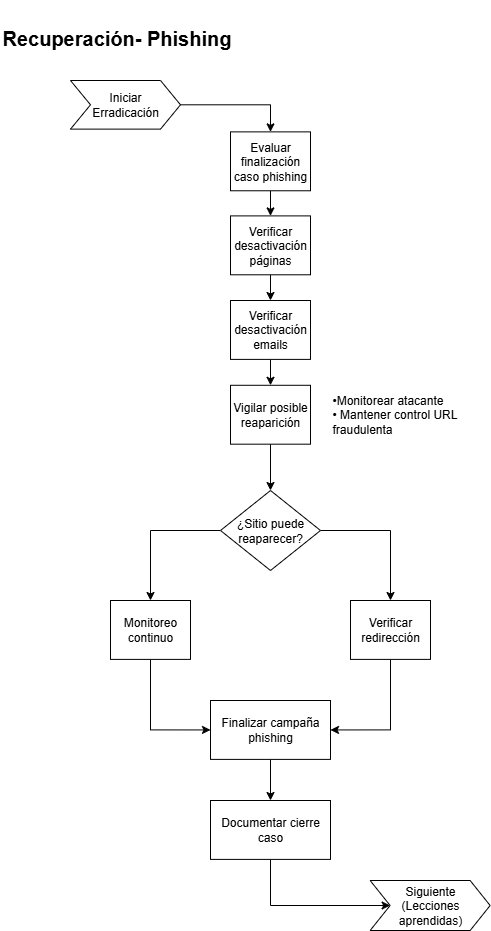
Earlier version of the draw.io export PRI_Phishing/Workflows/05-recuperacion.png (Ignacio-Ruiz/PLAYBOOKS-RI-ULAGOS). Source tidied: cells renumbered, new cells last; positions are measured from the earlier drawing's top-left corner, leaving out a move shared by most shapes.
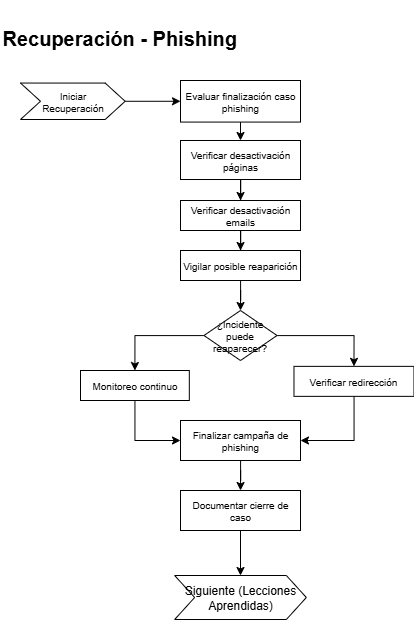
Later version of the same file.

The edit, as a diff of the source:
```diff
@@ -2,85 +2,74 @@
   <root>
     <mxCell id="0" />
     <mxCell id="1" parent="0" />
-    <mxCell id="2" value="&lt;h1&gt;&lt;font style=&quot;font-size: 20px;&quot;&gt;Recuperación- Phishing&lt;/font&gt;&lt;/h1&gt;" style="text;whiteSpace=wrap;html=1;" parent="1" vertex="1">
-      <mxGeometry width="369.6" height="50" as="geometry" />
-    </mxCell>
-    <mxCell id="3" value="&lt;span style=&quot;text-align: center;&quot;&gt;•&lt;/span&gt;&lt;span style=&quot;text-align: center;&quot;&gt;Monitorear atacante&lt;/span&gt;&lt;br style=&quot;padding: 0px; margin: 0px; text-align: center;&quot;&gt;&lt;span style=&quot;text-align: center;&quot;&gt;•&amp;nbsp;&lt;/span&gt;&lt;span style=&quot;text-align: center;&quot;&gt;Mantener control URL fraudulenta&lt;/span&gt;" style="text;html=1;align=left;verticalAlign=middle;whiteSpace=wrap;rounded=0;fontSize=12;" parent="1" vertex="1">
-      <mxGeometry x="330" y="379.9" width="127.6" height="68.7" as="geometry" />
-    </mxCell>
+    <mxCell id="26" value="&lt;h1&gt;&lt;font style=&quot;font-size: 20px;&quot;&gt;Recuperación - Phishing&lt;/font&gt;&lt;/h1&gt;&lt;div&gt;&lt;font style=&quot;font-size: 20px;&quot;&gt;&lt;br&gt;&lt;/font&gt;&lt;/div&gt;" style="text;whiteSpace=wrap;html=1;" parent="1" vertex="1">
+      <mxGeometry x="-10" width="369.6" height="50" as="geometry" />
+    </mxCell>
+    <mxCell id="27" style="edgeStyle=orthogonalEdgeStyle;rounded=0;jettySize=auto;html=1;fontSize=10;" parent="1" edge="1" source="28" target="5">
+      <mxGeometry relative="1" as="geometry" />
+    </mxCell>
+    <mxCell id="28" value="&lt;font&gt;Iniciar &lt;br&gt;Recuperación&lt;/font&gt;" style="shape=step;perimeter=stepPerimeter;whiteSpace=wrap;html=1;fixedSize=1;fontSize=10;" parent="1" vertex="1">
+      <mxGeometry x="10" y="82.6" width="104.7" height="36.4" as="geometry" />
+    </mxCell>
     <mxCell id="4" style="edgeStyle=orthogonalEdgeStyle;rounded=0;jettySize=auto;html=1;exitX=0.5;exitY=1;exitDx=0;exitDy=0;entryX=0.5;entryY=0;entryDx=0;entryDy=0;" parent="1" edge="1" source="5" target="7">
       <mxGeometry relative="1" as="geometry" />
     </mxCell>
-    <mxCell id="5" value="Evaluar finalización caso phishing" style="whiteSpace=wrap;html=1;fontSize=12;" parent="1" vertex="1">
-      <mxGeometry x="230" y="131.4" width="80" height="58.9" as="geometry" />
+    <mxCell id="5" value="Evaluar finalización caso phishing" style="whiteSpace=wrap;html=1;fontSize=10;" parent="1" vertex="1">
+      <mxGeometry x="170" y="80" width="120" height="41.6" as="geometry" />
     </mxCell>
-    <mxCell id="6" style="edgeStyle=orthogonalEdgeStyle;rounded=0;jettySize=auto;html=1;exitX=0.5;exitY=1;exitDx=0;exitDy=0;entryX=0.5;entryY=0;entryDx=0;entryDy=0;" parent="1" edge="1" source="7" target="12">
-      <mxGeometry relative="1" as="geometry" />
-    </mxCell>
+    <mxCell id="29" style="edgeStyle=orthogonalEdgeStyle;rounded=0;jettySize=auto;html=1;entryX=0.5;entryY=0;entryDx=0;entryDy=0;" parent="1" edge="1" source="7" target="31">
+      <mxGeometry relative="1" as="geometry" />
+    </mxCell>
-    <mxCell id="7" value="Verificar desactivación páginas" style="whiteSpace=wrap;html=1;fontSize=12;" parent="1" vertex="1">
-      <mxGeometry x="230" y="215.4" width="80" height="58.9" as="geometry" />
+    <mxCell id="7" value="Verificar desactivación páginas" style="whiteSpace=wrap;html=1;fontSize=10;" parent="1" vertex="1">
+      <mxGeometry x="170" y="140" width="120" height="39" as="geometry" />
     </mxCell>
-    <mxCell id="8" value="&lt;div&gt;Siguiente&lt;/div&gt;&lt;div&gt;(Lecciones aprendidas)&lt;/div&gt;" style="shape=step;perimeter=stepPerimeter;whiteSpace=wrap;html=1;fixedSize=1;fontSize=12;rotation=0;" parent="1" vertex="1">
-      <mxGeometry x="369.6" y="880" width="120" height="50" as="geometry" />
-    </mxCell>
-    <mxCell id="9" style="edgeStyle=orthogonalEdgeStyle;rounded=0;jettySize=auto;html=1;entryX=0.5;entryY=0;entryDx=0;entryDy=0;" parent="1" edge="1" source="10" target="5">
-      <mxGeometry relative="1" as="geometry" />
-    </mxCell>
-    <mxCell id="10" value="&lt;font&gt;Iniciar &lt;br&gt;Erradicación&lt;/font&gt;" style="shape=step;perimeter=stepPerimeter;whiteSpace=wrap;html=1;fixedSize=1;fontSize=12;" parent="1" vertex="1">
-      <mxGeometry x="70" y="80" width="110" height="48.6" as="geometry" />
-    </mxCell>
-    <mxCell id="11" style="edgeStyle=orthogonalEdgeStyle;rounded=0;jettySize=auto;html=1;exitX=0.5;exitY=1;exitDx=0;exitDy=0;entryX=0.5;entryY=0;entryDx=0;entryDy=0;" parent="1" edge="1" source="12" target="14">
-      <mxGeometry relative="1" as="geometry" />
-    </mxCell>
-    <mxCell id="12" value="&lt;span style=&quot;color: rgba(0, 0, 0, 0); font-family: monospace; font-size: 0px; text-align: start; text-wrap-mode: nowrap;&quot;&gt;&lt;span style=&quot;color: rgb(0, 0, 0); font-family: Helvetica; font-size: 12px; text-align: center; text-wrap-mode: wrap;&quot;&gt;Verificar desactivación emails&lt;/span&gt;%3CmxGraphModel%3E%3Croot%3E%3CmxCell%20id%3D%220%22%2F%3E%3CmxCell%20id%3D%221%22%20parent%3D%220%22%2F%3E%3CmxCell%20id%3D%222%22%20value%3D%22%26amp%3Bnbsp%3BEsperar%20y%20seguir%20monitoreando%22%20style%3D%22whiteSpace%3Dwrap%3Bhtml%3D1%3BfontSize%3D12%3B%22%20vertex%3D%221%22%20parent%3D%221%22%3E%3CmxGeometry%20x%3D%22525.6%22%20y%3D%22151.43999999999994%22%20width%3D%2274.4%22%20height%3D%2258.89%22%20as%3D%22geometry%22%2F%3E%3C%2FmxCell%3E%3C%2Froot%3E%3C%2FmxGraphModel%3E&lt;/span&gt;" style="whiteSpace=wrap;html=1;fontSize=12;" parent="1" vertex="1">
-      <mxGeometry x="230" y="300" width="80" height="58.9" as="geometry" />
-    </mxCell>
-    <mxCell id="13" style="edgeStyle=orthogonalEdgeStyle;rounded=0;jettySize=auto;html=1;" parent="1" edge="1" source="14" target="17">
-      <mxGeometry relative="1" as="geometry" />
-    </mxCell>
+    <mxCell id="30" style="edgeStyle=orthogonalEdgeStyle;rounded=0;jettySize=auto;html=1;entryX=0.5;entryY=0;entryDx=0;entryDy=0;" parent="1" edge="1" source="31" target="14">
+      <mxGeometry relative="1" as="geometry" />
+    </mxCell>
+    <mxCell id="31" value="Verificar desactivación emails" style="whiteSpace=wrap;html=1;fontSize=10;" parent="1" vertex="1">
+      <mxGeometry x="170" y="200" width="120" height="30" as="geometry" />
+    </mxCell>
+    <mxCell id="32" style="edgeStyle=orthogonalEdgeStyle;rounded=0;jettySize=auto;html=1;entryX=0.5;entryY=0;entryDx=0;entryDy=0;" parent="1" edge="1" source="14" target="36">
+      <mxGeometry relative="1" as="geometry" />
+    </mxCell>
-    <mxCell id="14" value="Vigilar posible reaparición" style="whiteSpace=wrap;html=1;fontSize=12;" parent="1" vertex="1">
-      <mxGeometry x="230" y="384.8" width="80" height="58.9" as="geometry" />
+    <mxCell id="14" value="Vigilar posible reaparición" style="whiteSpace=wrap;html=1;fontSize=10;" parent="1" vertex="1">
+      <mxGeometry x="170" y="250" width="120" height="30" as="geometry" />
     </mxCell>
-    <mxCell id="15" style="edgeStyle=orthogonalEdgeStyle;rounded=0;jettySize=auto;html=1;entryX=0.5;entryY=0;entryDx=0;entryDy=0;" parent="1" edge="1" source="17" target="19">
-      <mxGeometry relative="1" as="geometry" />
-    </mxCell>
-    <mxCell id="16" style="edgeStyle=orthogonalEdgeStyle;rounded=0;jettySize=auto;html=1;entryX=0.5;entryY=0;entryDx=0;entryDy=0;" parent="1" edge="1" source="17" target="21">
-      <mxGeometry relative="1" as="geometry" />
-    </mxCell>
-    <mxCell id="17" value="¿Sitio puede reaparecer?" style="rhombus;whiteSpace=wrap;html=1;" parent="1" vertex="1">
-      <mxGeometry x="220" y="490" width="100" height="80" as="geometry" />
-    </mxCell>
-    <mxCell id="18" style="edgeStyle=orthogonalEdgeStyle;rounded=0;jettySize=auto;html=1;exitX=0.5;exitY=1;exitDx=0;exitDy=0;entryX=0;entryY=0.5;entryDx=0;entryDy=0;" parent="1" edge="1" source="19" target="23">
-      <mxGeometry relative="1" as="geometry" />
-    </mxCell>
+    <mxCell id="33" value="&lt;span style=&quot;font-size: 12px;&quot;&gt;Siguiente (Lecciones Aprendidas)&lt;/span&gt;" style="shape=step;perimeter=stepPerimeter;whiteSpace=wrap;html=1;fixedSize=1;fontSize=10;" parent="1" vertex="1">
+      <mxGeometry x="164.1" y="575" width="131.7" height="44" as="geometry" />
+    </mxCell>
+    <mxCell id="34" style="edgeStyle=orthogonalEdgeStyle;rounded=0;jettySize=auto;html=1;entryX=0.5;entryY=0;entryDx=0;entryDy=0;" parent="1" edge="1" source="36" target="19">
+      <mxGeometry relative="1" as="geometry" />
+    </mxCell>
+    <mxCell id="35" style="edgeStyle=orthogonalEdgeStyle;rounded=0;jettySize=auto;html=1;entryX=0.5;entryY=0;entryDx=0;entryDy=0;" parent="1" edge="1" source="36" target="21">
+      <mxGeometry relative="1" as="geometry" />
+    </mxCell>
+    <mxCell id="36" value="¿Incidente puede reaparecer?" style="rhombus;whiteSpace=wrap;html=1;fontSize=10;" parent="1" vertex="1">
+      <mxGeometry x="193.5" y="310" width="73.1" height="50" as="geometry" />
+    </mxCell>
+    <mxCell id="37" style="edgeStyle=orthogonalEdgeStyle;rounded=0;jettySize=auto;html=1;entryX=0;entryY=0.5;entryDx=0;entryDy=0;" parent="1" edge="1" source="19" target="39">
+      <mxGeometry relative="1" as="geometry" />
+    </mxCell>
-    <mxCell id="19" value="Monitoreo continuo" style="whiteSpace=wrap;html=1;fontSize=12;" parent="1" vertex="1">
-      <mxGeometry x="110" y="600" width="80" height="58.9" as="geometry" />
+    <mxCell id="19" value="Monitoreo continuo" style="whiteSpace=wrap;html=1;fontSize=10;" parent="1" vertex="1">
+      <mxGeometry x="70" y="370" width="108.8" height="30" as="geometry" />
     </mxCell>
-    <mxCell id="20" style="edgeStyle=orthogonalEdgeStyle;rounded=0;jettySize=auto;html=1;entryX=1;entryY=0.5;entryDx=0;entryDy=0;" parent="1" edge="1" source="21" target="23">
-      <mxGeometry relative="1" as="geometry">
-        <Array as="points">
-          <mxPoint x="390" y="729" />
-        </Array>
-      </mxGeometry>
-    </mxCell>
+    <mxCell id="38" style="edgeStyle=orthogonalEdgeStyle;rounded=0;jettySize=auto;html=1;entryX=0.5;entryY=0;entryDx=0;entryDy=0;" parent="1" edge="1" source="39" target="42">
+      <mxGeometry relative="1" as="geometry" />
+    </mxCell>
+    <mxCell id="39" value="Finalizar campaña de phishing" style="whiteSpace=wrap;html=1;fontSize=10;" parent="1" vertex="1">
+      <mxGeometry x="170" y="420" width="120" height="40" as="geometry" />
+    </mxCell>
+    <mxCell id="40" style="edgeStyle=orthogonalEdgeStyle;rounded=0;jettySize=auto;html=1;entryX=1;entryY=0.5;entryDx=0;entryDy=0;" parent="1" edge="1" source="21" target="39">
+      <mxGeometry relative="1" as="geometry" />
+    </mxCell>
-    <mxCell id="21" value="Verificar redirección" style="whiteSpace=wrap;html=1;fontSize=12;" parent="1" vertex="1">
-      <mxGeometry x="350" y="600" width="80" height="58.9" as="geometry" />
+    <mxCell id="21" value="Verificar redirección" style="whiteSpace=wrap;html=1;fontSize=10;" parent="1" vertex="1">
+      <mxGeometry x="283.5" y="365.9" width="120" height="30" as="geometry" />
     </mxCell>
-    <mxCell id="22" style="edgeStyle=orthogonalEdgeStyle;rounded=0;jettySize=auto;html=1;" parent="1" edge="1" source="23" target="25">
-      <mxGeometry relative="1" as="geometry" />
-    </mxCell>
-    <mxCell id="23" value="Finalizar campaña phishing" style="whiteSpace=wrap;html=1;fontSize=12;" parent="1" vertex="1">
-      <mxGeometry x="210" y="700" width="120" height="58.9" as="geometry" />
-    </mxCell>
-    <mxCell id="24" style="edgeStyle=orthogonalEdgeStyle;rounded=0;jettySize=auto;html=1;entryX=0;entryY=0.5;entryDx=0;entryDy=0;" parent="1" edge="1" source="25" target="8">
-      <mxGeometry relative="1" as="geometry">
-        <Array as="points">
-          <mxPoint x="270" y="905" />
-        </Array>
-      </mxGeometry>
-    </mxCell>
-    <mxCell id="25" value="Documentar cierre caso" style="whiteSpace=wrap;html=1;fontSize=12;" parent="1" vertex="1">
-      <mxGeometry x="210" y="800" width="120" height="58.9" as="geometry" />
-    </mxCell>
+    <mxCell id="41" style="edgeStyle=orthogonalEdgeStyle;rounded=0;jettySize=auto;html=1;entryX=0.5;entryY=0;entryDx=0;entryDy=0;" parent="1" edge="1" source="42" target="33">
+      <mxGeometry relative="1" as="geometry" />
+    </mxCell>
+    <mxCell id="42" value="Documentar cierre de caso" style="whiteSpace=wrap;html=1;fontSize=10;" parent="1" vertex="1">
+      <mxGeometry x="170" y="490" width="120" height="40" as="geometry" />
+    </mxCell>
   </root>
 </mxGraphModel>
```
